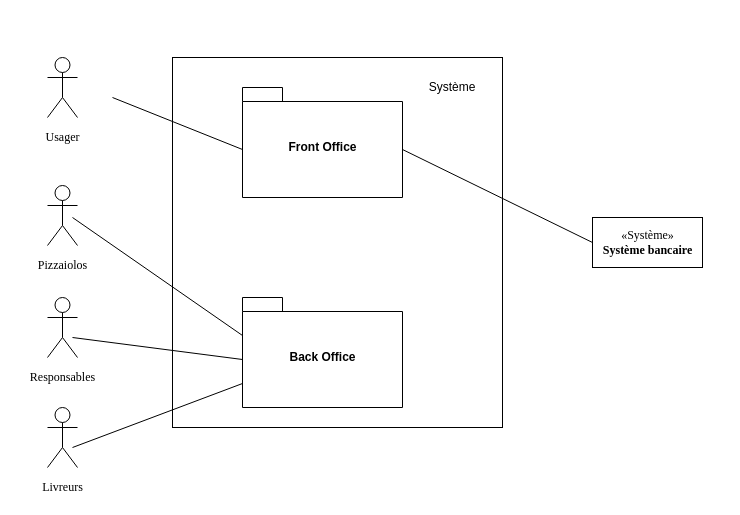
Before: diagramme_de_packages.drawio in StephenAOGOLO/P4_Analysez_les_besoins, a draw.io diagram. Source tidied: cells renumbered, new cells numbered last; positions are measured from the earlier drawing's top-left corner, leaving out a move shared by most shapes. Both pictures are drawn from the tidied source at 100%, with x=0, y=0 at pixel (22, 57).
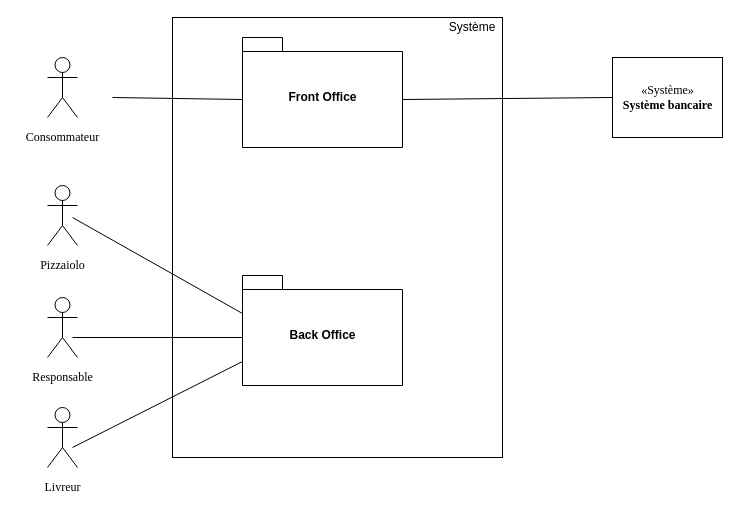
After the change.

The change refers to these unchanged cells:
```xml
<mxCell id="14" style="group;" parent="1" vertex="1">
  <mxGeometry x="20" y="240" width="60" height="90" as="geometry" />
</mxCell>
<mxCell id="17" style="group;" parent="1" vertex="1">
  <mxGeometry x="20" y="128" width="50" height="90" as="geometry" />
</mxCell>
<mxCell id="20" style="group;" parent="1" vertex="1">
  <mxGeometry x="20" y="350" width="60" height="90" as="geometry" />
</mxCell>
```

What changed in the source:
```diff
@@
     <mxCell id="2" style="group;" parent="1" vertex="1">
-      <mxGeometry x="20" width="50" height="90" as="geometry" />
+      <mxGeometry x="20" width="65" height="90" as="geometry" />
     </mxCell>
@@
-    <mxCell id="4" value="Usager" style="text;html=1;align=center;verticalAlign=middle;fontFamily=Times New Roman;fontColor=none;" parent="2" vertex="1">
-      <mxGeometry x="-5" y="70" width="50" height="20" as="geometry" />
+    <mxCell id="4" value="Consommateur" style="text;html=1;align=center;verticalAlign=middle;fontFamily=Times New Roman;fontColor=none;" parent="2" vertex="1">
+      <mxGeometry x="-25" y="70" width="90" height="20" as="geometry" />
     </mxCell>
     <mxCell id="5" value="«Système»&lt;br&gt;&lt;b&gt;Système bancaire&lt;br&gt;&lt;/b&gt;" style="html=1;labelBackgroundColor=none;fontFamily=Times New Roman;fontColor=none;" parent="1" vertex="1">
-      <mxGeometry x="570" y="160" width="110" height="50" as="geometry" />
+      <mxGeometry x="590" width="110" height="80" as="geometry" />
     </mxCell>
     <mxCell id="6" style="rounded=0;whiteSpace=wrap;html=1;" parent="1" vertex="1">
-      <mxGeometry x="150" width="330" height="370" as="geometry" />
+      <mxGeometry x="150" y="-40" width="330" height="440" as="geometry" />
     </mxCell>
     <mxCell id="7" value="Système" style="text;html=1;strokeColor=none;fillColor=none;align=center;verticalAlign=middle;whiteSpace=wrap;rounded=0;" parent="1" vertex="1">
-      <mxGeometry x="410" y="20" width="40" height="20" as="geometry" />
+      <mxGeometry x="430" y="-40" width="40" height="20" as="geometry" />
     </mxCell>
     <mxCell id="8" value="Back Office" style="shape=folder;fontStyle=1;spacingTop=10;tabWidth=40;tabHeight=14;tabPosition=left;html=1;" parent="1" vertex="1">
-      <mxGeometry x="220" y="240" width="160" height="110" as="geometry" />
+      <mxGeometry x="220" y="218" width="160" height="110" as="geometry" />
     </mxCell>
     <mxCell id="9" value="Front Office" style="shape=folder;fontStyle=1;spacingTop=10;tabWidth=40;tabHeight=14;tabPosition=left;html=1;" parent="1" vertex="1">
-      <mxGeometry x="220" y="30" width="160" height="110" as="geometry" />
+      <mxGeometry x="220" y="-20" width="160" height="110" as="geometry" />
     </mxCell>
-    <mxCell id="10" style="endArrow=none;html=1;exitX=0;exitY=0;exitDx=160;exitDy=62;exitPerimeter=0;entryX=0;entryY=0.5;entryDx=0;entryDy=0;" parent="1" edge="1" source="9" target="5">
-      <mxGeometry relative="1" as="geometry" />
-    </mxCell>
@@
-    <mxCell id="16" value="Responsables" style="text;html=1;align=center;verticalAlign=middle;fontFamily=Times New Roman;fontColor=none;" parent="14" vertex="1">
+    <mxCell id="16" value="Responsable" style="text;html=1;align=center;verticalAlign=middle;fontFamily=Times New Roman;fontColor=none;" parent="14" vertex="1">
       <mxGeometry x="-20" y="70" width="80" height="20" as="geometry" />
     </mxCell>
@@
-    <mxCell id="19" value="Pizzaiolos" style="text;html=1;align=center;verticalAlign=middle;fontFamily=Times New Roman;fontColor=none;" parent="17" vertex="1">
+    <mxCell id="19" value="Pizzaiolo" style="text;html=1;align=center;verticalAlign=middle;fontFamily=Times New Roman;fontColor=none;" parent="17" vertex="1">
       <mxGeometry x="-10" y="70" width="60" height="20" as="geometry" />
     </mxCell>
@@
-    <mxCell id="22" value="Livreurs" style="text;html=1;align=center;verticalAlign=middle;fontFamily=Times New Roman;fontColor=none;" parent="20" vertex="1">
-      <mxGeometry x="-10" y="70" width="60" height="20" as="geometry" />
+    <mxCell id="22" value="Livreur" style="text;html=1;align=center;verticalAlign=middle;fontFamily=Times New Roman;fontColor=none;" parent="20" vertex="1">
+      <mxGeometry x="-5" y="70" width="50" height="20" as="geometry" />
     </mxCell>
@@
+    <mxCell id="10" style="endArrow=none;html=1;entryX=0;entryY=0.5;entryDx=0;entryDy=0;exitX=0;exitY=0;exitDx=160;exitDy=62;exitPerimeter=0;" parent="1" edge="1" source="9" target="5">
+      <mxGeometry relative="1" as="geometry" />
+    </mxCell>
```
